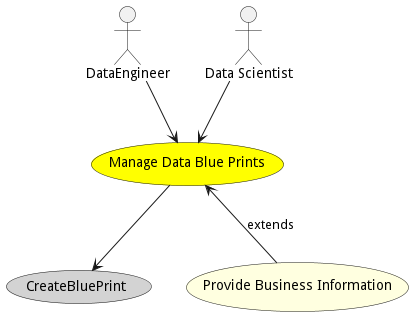
madajaju/edgemere keeps this PlantUML diagram as docs/edgemere/diml/ddf/usecases/managedatablueprints/Activities.png. Above is the earlier version.
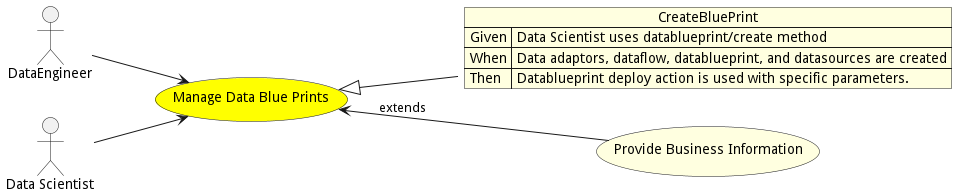
Above is the later version.

The edit, as a diff of the source:
```diff
@@ -1,5 +1,7 @@
 @startuml
 
+
+left to right direction
 
 usecase "Manage Data Blue Prints" as ManageDataBluePrints #yellow
 
@@ -13,9 +15,13 @@
 
 
 
-usecase "CreateBluePrint" as CreateBluePrint #lightgrey
+json CreateBluePrint #lightyellow {
+    "Given": "Data Scientist uses datablueprint/create method",
+    "When": "Data adaptors, dataflow, datablueprint, and datasources are created",
+    "Then": "Datablueprint deploy action is used with specific parameters."
+}
 
-ManageDataBluePrints --> CreateBluePrint
+ManageDataBluePrints <|-- CreateBluePrint
 
 
 
```
